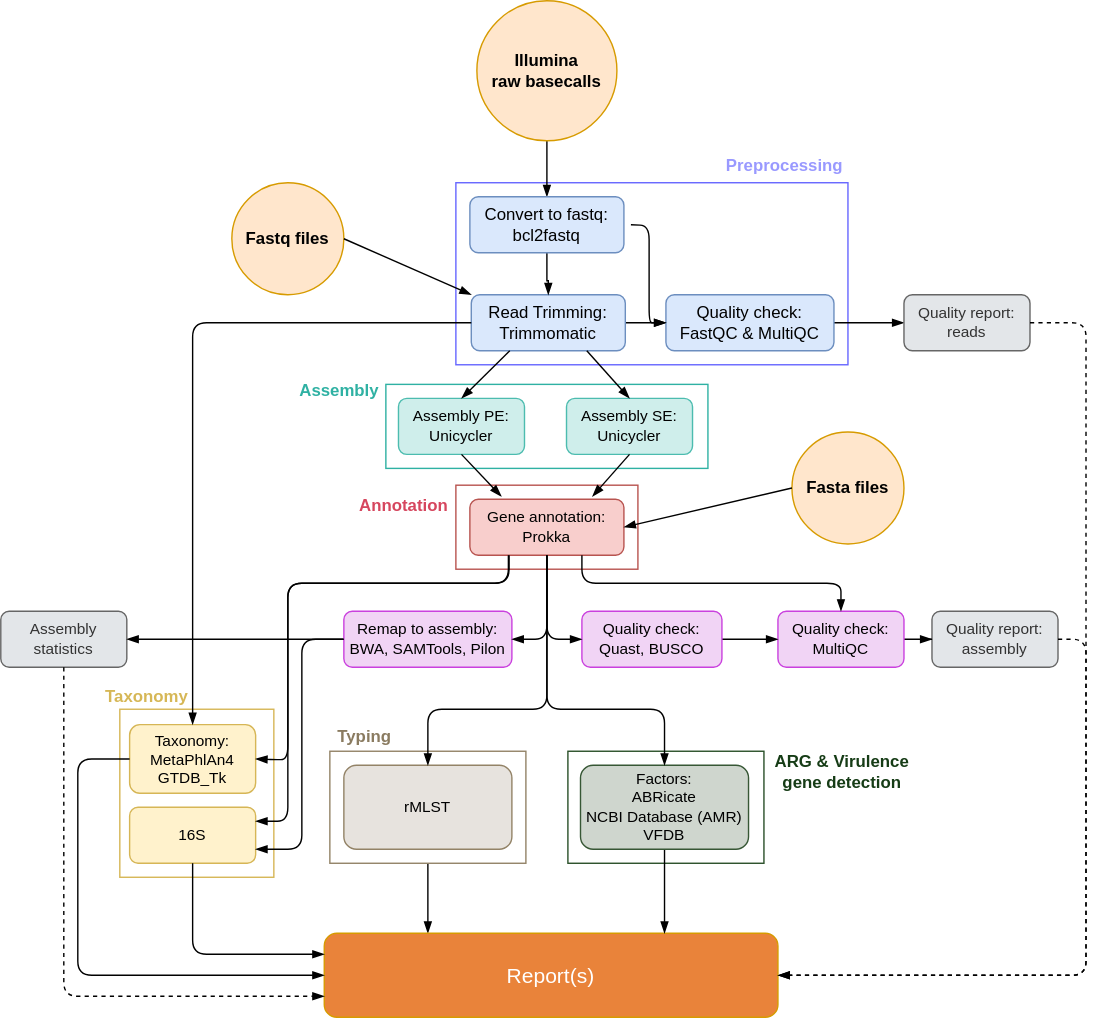
michaelmeuli/immensekansasii keeps this draw.io diagram as IMMENSE_diagram.svg. Above is the earlier version. Source tidied: cells renumbered, new cells last; positions are measured from the earlier drawing's top-left corner, leaving out a move shared by most shapes.
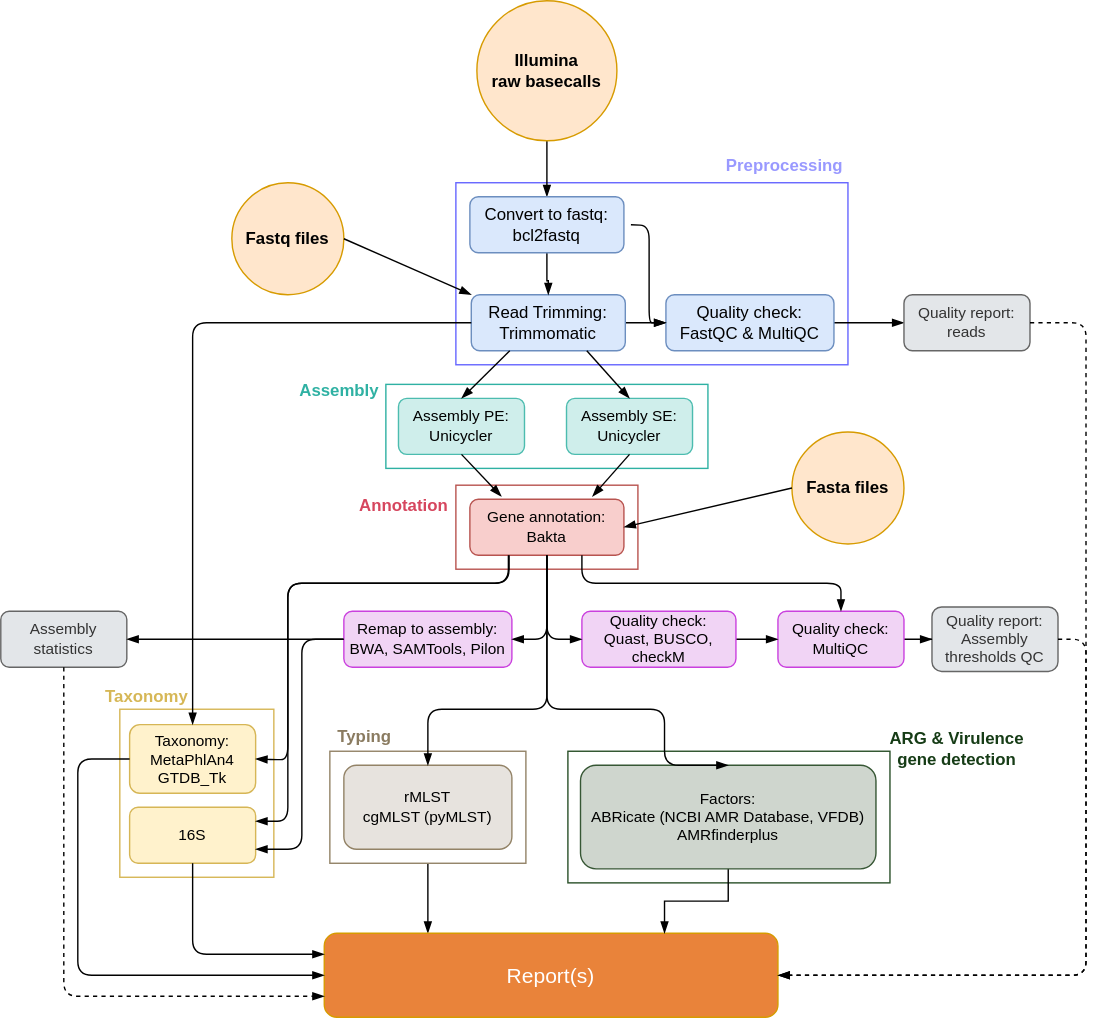
After the commit.

What changed in the source:
```diff
@@ -14,7 +14,7 @@
       <mxGeometry x="235" y="536" width="140" height="80" as="geometry" />
     </mxCell>
     <mxCell id="4" style="rounded=0;whiteSpace=wrap;html=1;fontFamily=Helvetica;fontSize=11;fillColor=none;strokeColor=#2a5029;" parent="1" vertex="1">
-      <mxGeometry x="405" y="536" width="140" height="80" as="geometry" />
+      <mxGeometry x="405" y="536" width="230" height="94" as="geometry" />
     </mxCell>
     <mxCell id="5" style="rounded=0;whiteSpace=wrap;html=1;fontFamily=Helvetica;fontSize=11;fillColor=none;strokeColor=#d6b656;" parent="1" vertex="1">
       <mxGeometry x="85" y="506" width="110" height="120" as="geometry" />
@@ -97,7 +97,7 @@
     <mxCell id="29" value="&lt;font color=&quot;#2fb1a3&quot; style=&quot;font-size: 12px;&quot;&gt;&lt;b&gt;Assembly&lt;/b&gt;&lt;/font&gt;" style="text;html=1;strokeColor=none;fillColor=none;align=center;verticalAlign=middle;whiteSpace=wrap;rounded=0;fontSize=11;fontFamily=Helvetica;fontColor=default;" parent="1" vertex="1">
       <mxGeometry x="202" y="264" width="80" height="30" as="geometry" />
     </mxCell>
-    <mxCell id="30" value="Gene annotation:&lt;br&gt;Prokka" style="rounded=1;whiteSpace=wrap;html=1;fontFamily=Helvetica;fontSize=11;fillColor=#f8cecc;strokeColor=#b85450;" parent="1" vertex="1">
+    <mxCell id="30" value="Gene annotation:&lt;br&gt;Bakta" style="rounded=1;whiteSpace=wrap;html=1;fontFamily=Helvetica;fontSize=11;fillColor=#f8cecc;strokeColor=#b85450;" parent="1" vertex="1">
       <mxGeometry x="335" y="356" width="110" height="40" as="geometry" />
     </mxCell>
     <mxCell id="31" style="endArrow=blockThin;html=1;rounded=0;entryX=1;entryY=0.5;entryDx=0;entryDy=0;endFill=1;exitX=0;exitY=0.5;exitDx=0;exitDy=0;" parent="1" edge="1" source="12" target="30">
@@ -106,8 +106,8 @@
     <mxCell id="32" value="&lt;font color=&quot;#d6465e&quot; style=&quot;font-size: 12px;&quot;&gt;&lt;b&gt;Annotation&lt;/b&gt;&lt;/font&gt;" style="text;html=1;strokeColor=none;fillColor=none;align=center;verticalAlign=middle;whiteSpace=wrap;rounded=0;fontSize=11;fontFamily=Helvetica;fontColor=default;" parent="1" vertex="1">
       <mxGeometry x="248" y="346" width="80" height="30" as="geometry" />
     </mxCell>
-    <mxCell id="33" value="Quality report:&lt;br&gt;assembly" style="rounded=1;whiteSpace=wrap;html=1;fontFamily=Helvetica;fontSize=11;fontColor=#333333;fillColor=#e3e6e9;strokeColor=#666666;" parent="1" vertex="1">
-      <mxGeometry x="665" y="436" width="90" height="40" as="geometry" />
+    <mxCell id="33" value="Quality report:&lt;br&gt;Assembly thresholds QC" style="rounded=1;whiteSpace=wrap;html=1;fontFamily=Helvetica;fontSize=11;fontColor=#333333;fillColor=#e3e6e9;strokeColor=#666666;" parent="1" vertex="1">
+      <mxGeometry x="665" y="433" width="90" height="46" as="geometry" />
     </mxCell>
     <mxCell id="34" value="Assembly statistics" style="rounded=1;whiteSpace=wrap;html=1;fontFamily=Helvetica;fontSize=11;fontColor=#333333;fillColor=#e3e6e9;strokeColor=#666666;" parent="1" vertex="1">
       <mxGeometry y="436" width="90" height="40" as="geometry" />
@@ -127,8 +127,8 @@
     <mxCell id="39" style="edgeStyle=orthogonalEdgeStyle;shape=connector;rounded=0;jettySize=auto;html=1;labelBackgroundColor=default;strokeColor=default;fontFamily=Helvetica;fontSize=11;fontColor=default;endArrow=blockThin;endFill=1;" parent="1" edge="1" source="40" target="36">
       <mxGeometry relative="1" as="geometry" />
     </mxCell>
-    <mxCell id="40" value="Quality check:&lt;br&gt;Quast, BUSCO" style="rounded=1;whiteSpace=wrap;html=1;fontFamily=Helvetica;fontSize=11;fillColor=#f1d4f5;strokeColor=#ca41de;" parent="1" vertex="1">
-      <mxGeometry x="415" y="436" width="100" height="40" as="geometry" />
+    <mxCell id="40" value="Quality check:&lt;br&gt;Quast, BUSCO, checkM" style="rounded=1;whiteSpace=wrap;html=1;fontFamily=Helvetica;fontSize=11;fillColor=#f1d4f5;strokeColor=#ca41de;" parent="1" vertex="1">
+      <mxGeometry x="415" y="436" width="110" height="40" as="geometry" />
     </mxCell>
     <mxCell id="41" style="endArrow=blockThin;html=1;rounded=1;labelBackgroundColor=default;strokeColor=default;fontFamily=Helvetica;fontSize=11;fontColor=default;shape=connector;edgeStyle=orthogonalEdgeStyle;entryX=0.5;entryY=0;entryDx=0;entryDy=0;endFill=1;" parent="1" edge="1" target="36">
       <mxGeometry relative="1" as="geometry">
@@ -225,20 +225,20 @@
         </Array>
       </mxGeometry>
     </mxCell>
-    <mxCell id="55" value="rMLST" style="rounded=1;whiteSpace=wrap;html=1;fontFamily=Helvetica;fontSize=11;fontColor=default;fillColor=#e7e3de;strokeColor=#938367;" parent="1" vertex="1">
+    <mxCell id="55" value="rMLST&lt;div&gt;cgMLST (pyMLST)&lt;/div&gt;" style="rounded=1;whiteSpace=wrap;html=1;fontFamily=Helvetica;fontSize=11;fontColor=default;fillColor=#e7e3de;strokeColor=#938367;" parent="1" vertex="1">
       <mxGeometry x="245" y="546" width="120" height="60" as="geometry" />
     </mxCell>
     <mxCell id="56" style="edgeStyle=orthogonalEdgeStyle;shape=connector;rounded=0;jettySize=auto;html=1;labelBackgroundColor=default;strokeColor=default;fontFamily=Helvetica;fontSize=11;fontColor=default;endArrow=blockThin;endFill=1;entryX=0.75;entryY=0;entryDx=0;entryDy=0;" parent="1" edge="1" source="57" target="48">
       <mxGeometry relative="1" as="geometry" />
     </mxCell>
-    <mxCell id="57" value="Factors:&lt;br&gt;ABRicate&lt;br&gt;NCBI Database (AMR)&lt;br&gt;VFDB" style="rounded=1;whiteSpace=wrap;html=1;fontFamily=Helvetica;fontSize=11;fontColor=default;fillColor=#cfd6ce;strokeColor=#375735;" parent="1" vertex="1">
-      <mxGeometry x="414" y="546" width="120" height="60" as="geometry" />
+    <mxCell id="57" value="Factors:&lt;br&gt;ABRicate (NCBI AMR Database, VFDB)&lt;br&gt;&lt;div&gt;AMRfinderplus&lt;/div&gt;" style="rounded=1;whiteSpace=wrap;html=1;fontFamily=Helvetica;fontSize=11;fontColor=default;fillColor=#cfd6ce;strokeColor=#375735;" parent="1" vertex="1">
+      <mxGeometry x="414" y="546" width="211" height="74" as="geometry" />
     </mxCell>
     <mxCell id="58" style="edgeStyle=orthogonalEdgeStyle;shape=connector;rounded=0;orthogonalLoop=1;jettySize=auto;html=1;exitX=0.5;exitY=1;exitDx=0;exitDy=0;labelBackgroundColor=default;strokeColor=default;fontFamily=Helvetica;fontSize=11;fontColor=default;endArrow=blockThin;endFill=1;" parent="1" edge="1" source="3" target="3">
       <mxGeometry relative="1" as="geometry" />
     </mxCell>
     <mxCell id="59" value="&lt;font color=&quot;#163c16&quot; style=&quot;font-size: 12px;&quot;&gt;&lt;b&gt;ARG &amp;amp; Virulence gene detection&lt;/b&gt;&lt;/font&gt;" style="text;html=1;strokeColor=none;fillColor=none;align=center;verticalAlign=middle;whiteSpace=wrap;rounded=0;fontSize=11;fontFamily=Helvetica;fontColor=default;" parent="1" vertex="1">
-      <mxGeometry x="541" y="536" width="120" height="30" as="geometry" />
+      <mxGeometry x="623" y="519" width="120" height="30" as="geometry" />
     </mxCell>
     <mxCell id="60" value="&lt;font color=&quot;#8a7b60&quot; style=&quot;font-size: 12px;&quot;&gt;&lt;b&gt;Typing&lt;/b&gt;&lt;/font&gt;" style="text;html=1;strokeColor=none;fillColor=none;align=center;verticalAlign=middle;whiteSpace=wrap;rounded=0;fontSize=11;fontFamily=Helvetica;fontColor=default;" parent="1" vertex="1">
       <mxGeometry x="235" y="516" width="50" height="20" as="geometry" />
```
